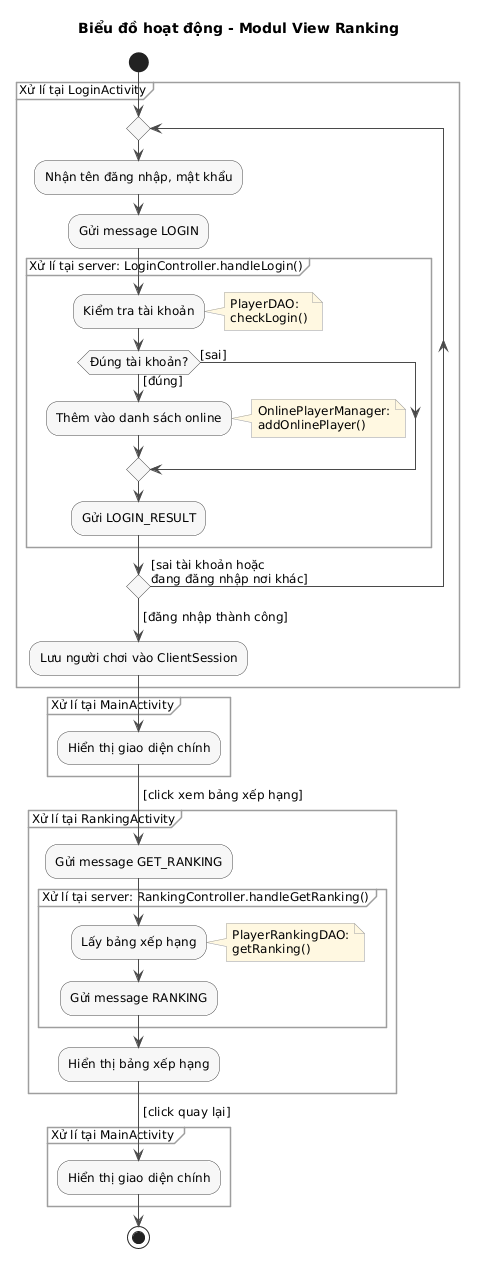
Above: docs/uml/pha3/activity-m1.png in VattenL/mobile-pikachu (PlantUML), before the change. Source of this version:
```plantuml
@startuml
title Biểu đồ hoạt động - Modul View Ranking

skinparam shadowing false
skinparam defaultFontSize 12
skinparam ArrowColor #4A4A4A
skinparam activity {
  BackgroundColor #F7F7F7
  BorderColor #4A4A4A
}
skinparam partition {
  BorderColor #9E9E9E
}
skinparam note {
  BackgroundColor #FFF8E1
  BorderColor #9E9E9E
}

start
partition "Xử lí tại LoginActivity" {
  repeat
    :Nhận tên đăng nhập, mật khẩu;
    :Gửi message LOGIN;
  partition "Xử lí tại server: LoginController.handleLogin()" {
    :Kiểm tra tài khoản;
    note right: PlayerDAO:\ncheckLogin()
    if (Đúng tài khoản?) then ([đúng])
      :Thêm vào danh sách online;
      note right: OnlinePlayerManager:\naddOnlinePlayer()
    else ([sai])
    endif
    :Gửi LOGIN_RESULT;
  }
  repeat while () is ([sai tài khoản hoặc\nđang đăng nhập nơi khác])
  ->[đăng nhập thành công];
  :Lưu người chơi vào ClientSession;
}
partition "Xử lí tại MainActivity" {
  :Hiển thị giao diện chính;
}
->[click xem bảng xếp hạng];
partition "Xử lí tại RankingActivity" {
  :Gửi message GET_RANKING;
  partition "Xử lí tại server: RankingController.handleGetRanking()" {
    :Lấy bảng xếp hạng;
    note right: PlayerRankingDAO:\ngetRanking()
    :Gửi message RANKING;
  }
  :Hiển thị bảng xếp hạng;
}
->[click quay lại];
partition "Xử lí tại MainActivity " {
  :Hiển thị giao diện chính;
}
stop
@enduml
```
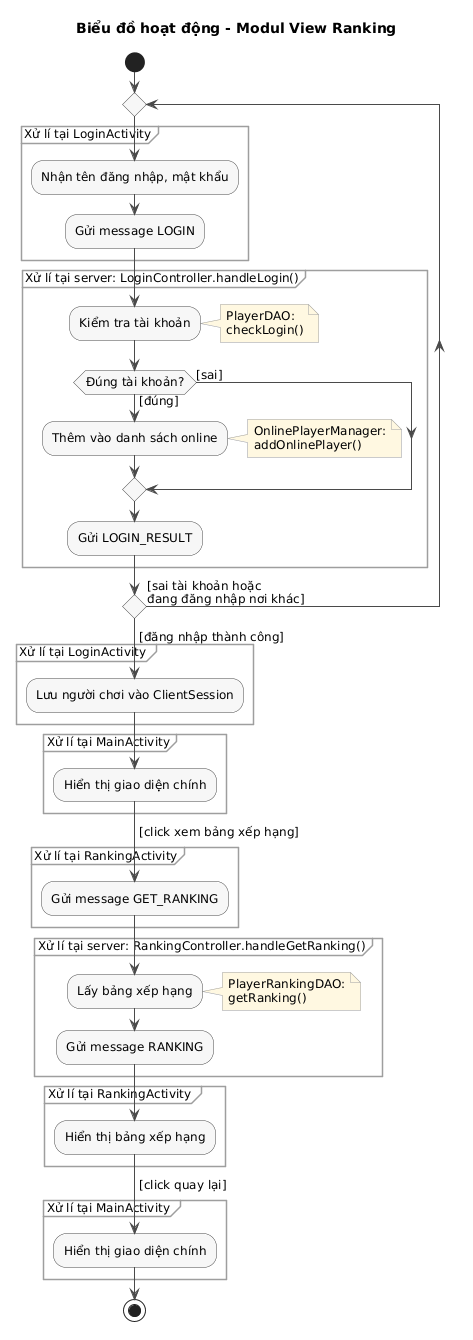
After the commit.

Diff of the diagram source:
```diff
@@ -17,10 +17,11 @@
 }
 
 start
-partition "Xử lí tại LoginActivity" {
-  repeat
+repeat
+  partition "Xử lí tại LoginActivity" {
     :Nhận tên đăng nhập, mật khẩu;
     :Gửi message LOGIN;
+  }
   partition "Xử lí tại server: LoginController.handleLogin()" {
     :Kiểm tra tài khoản;
     note right: PlayerDAO:\ncheckLogin()
@@ -31,8 +32,9 @@
     endif
     :Gửi LOGIN_RESULT;
   }
-  repeat while () is ([sai tài khoản hoặc\nđang đăng nhập nơi khác])
-  ->[đăng nhập thành công];
+repeat while () is ([sai tài khoản hoặc\nđang đăng nhập nơi khác])
+->[đăng nhập thành công];
+partition "Xử lí tại LoginActivity " {
   :Lưu người chơi vào ClientSession;
 }
 partition "Xử lí tại MainActivity" {
@@ -41,11 +43,13 @@
 ->[click xem bảng xếp hạng];
 partition "Xử lí tại RankingActivity" {
   :Gửi message GET_RANKING;
-  partition "Xử lí tại server: RankingController.handleGetRanking()" {
-    :Lấy bảng xếp hạng;
-    note right: PlayerRankingDAO:\ngetRanking()
-    :Gửi message RANKING;
-  }
+}
+partition "Xử lí tại server: RankingController.handleGetRanking()" {
+  :Lấy bảng xếp hạng;
+  note right: PlayerRankingDAO:\ngetRanking()
+  :Gửi message RANKING;
+}
+partition "Xử lí tại RankingActivity " {
   :Hiển thị bảng xếp hạng;
 }
 ->[click quay lại];
```
